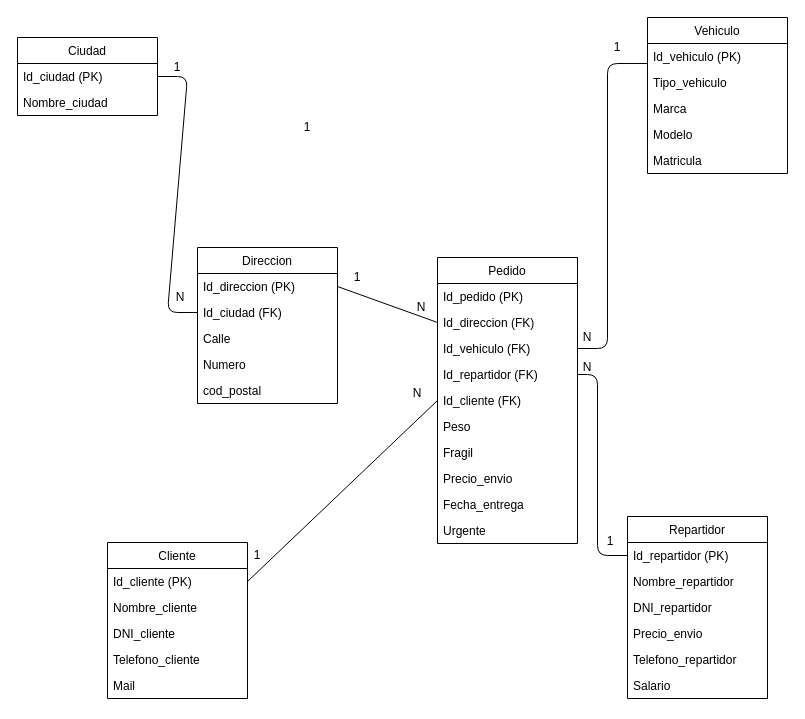
cjsampe/EMPRESA_REPARTO keeps this draw.io diagram as page "Page-2" (2 of 2) of Diagrama_REPARTO.drawio. Above is the earlier version. Source tidied: cells renumbered, new cells numbered last; positions are measured from the earlier drawing's top-left corner, leaving out a move shared by most shapes. Both pictures are drawn from the tidied source at 100%, with x=0, y=0 at pixel (17, 17).
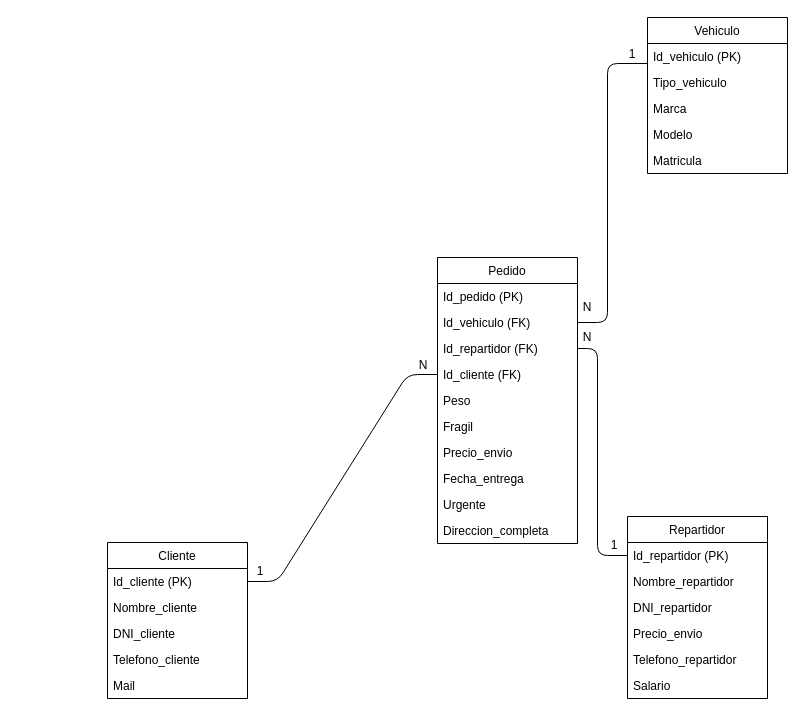
After the change.

Unchanged cells that the change refers to:
```xml
<mxCell id="11" value="Pedido" style="swimlane;fontStyle=0;horizontal=1;startSize=26;fillColor=none;" parent="1" vertex="1">
  <mxGeometry x="420" y="240" width="140" height="286" as="geometry" />
</mxCell>
<mxCell id="23" value="Id_vehiculo (PK)" style="text;strokeColor=none;fillColor=none;align=left;verticalAlign=top;spacingLeft=4;spacingRight=4;overflow=hidden;points=[[0,0.5],[1,0.5]];portConstraint=eastwest;" parent="22" vertex="1">
  <mxGeometry y="26" width="140" height="26" as="geometry" />
</mxCell>
<mxCell id="29" value="Id_cliente (PK)" style="text;strokeColor=none;fillColor=none;align=left;verticalAlign=top;spacingLeft=4;spacingRight=4;overflow=hidden;points=[[0,0.5],[1,0.5]];portConstraint=eastwest;" parent="28" vertex="1">
  <mxGeometry y="26" width="140" height="26" as="geometry" />
</mxCell>
<mxCell id="35" value="Id_repartidor (PK)" style="text;strokeColor=none;fillColor=none;align=left;verticalAlign=top;spacingLeft=4;spacingRight=4;overflow=hidden;points=[[0,0.5],[1,0.5]];portConstraint=eastwest;" parent="34" vertex="1">
  <mxGeometry y="26" width="140" height="26" as="geometry" />
</mxCell>
```

Change to the diagram source:
```diff
@@
-    <mxCell id="2" value="Ciudad" style="swimlane;fontStyle=0;horizontal=1;startSize=26;fillColor=none;" parent="1" vertex="1">
-      <mxGeometry y="20" width="140" height="78" as="geometry" />
-    </mxCell>
-    <mxCell id="3" value="Id_ciudad (PK)" style="text;strokeColor=none;fillColor=none;align=left;verticalAlign=top;spacingLeft=4;spacingRight=4;overflow=hidden;points=[[0,0.5],[1,0.5]];portConstraint=eastwest;" parent="2" vertex="1">
-      <mxGeometry y="26" width="140" height="26" as="geometry" />
-    </mxCell>
-    <mxCell id="4" value="Nombre_ciudad" style="text;strokeColor=none;fillColor=none;align=left;verticalAlign=top;spacingLeft=4;spacingRight=4;overflow=hidden;" parent="2" vertex="1">
-      <mxGeometry y="52" width="140" height="26" as="geometry" />
-    </mxCell>
-    <mxCell id="5" value="Direccion" style="swimlane;fontStyle=0;horizontal=1;startSize=26;fillColor=none;" parent="1" vertex="1">
-      <mxGeometry x="180" y="230" width="140" height="156" as="geometry" />
-    </mxCell>
-    <mxCell id="6" value="Id_direccion (PK)" style="text;strokeColor=none;fillColor=none;align=left;verticalAlign=top;spacingLeft=4;spacingRight=4;overflow=hidden;points=[[0,0.5],[1,0.5]];portConstraint=eastwest;" parent="5" vertex="1">
-      <mxGeometry y="26" width="140" height="26" as="geometry" />
-    </mxCell>
-    <mxCell id="7" value="Id_ciudad (FK)" style="text;strokeColor=none;fillColor=none;align=left;verticalAlign=top;spacingLeft=4;spacingRight=4;overflow=hidden;points=[[0,0.5],[1,0.5]];portConstraint=eastwest;" parent="5" vertex="1">
-      <mxGeometry y="52" width="140" height="26" as="geometry" />
-    </mxCell>
-    <mxCell id="8" value="Calle" style="text;strokeColor=none;fillColor=none;align=left;verticalAlign=top;spacingLeft=4;spacingRight=4;overflow=hidden;" parent="5" vertex="1">
-      <mxGeometry y="78" width="140" height="26" as="geometry" />
-    </mxCell>
-    <mxCell id="9" value="Numero" style="text;strokeColor=none;fillColor=none;align=left;verticalAlign=top;spacingLeft=4;spacingRight=4;overflow=hidden;" parent="5" vertex="1">
-      <mxGeometry y="104" width="140" height="26" as="geometry" />
-    </mxCell>
-    <mxCell id="10" value="cod_postal" style="text;strokeColor=none;fillColor=none;align=left;verticalAlign=top;spacingLeft=4;spacingRight=4;overflow=hidden;" parent="5" vertex="1">
-      <mxGeometry y="130" width="140" height="26" as="geometry" />
-    </mxCell>
@@
-    <mxCell id="13" value="Id_direccion (FK)" style="text;strokeColor=none;fillColor=none;align=left;verticalAlign=top;spacingLeft=4;spacingRight=4;overflow=hidden;points=[[0,0.5],[1,0.5]];portConstraint=eastwest;" parent="11" vertex="1">
-      <mxGeometry y="52" width="140" height="26" as="geometry" />
-    </mxCell>
     <mxCell id="14" value="Id_vehiculo (FK)" style="text;strokeColor=none;fillColor=none;align=left;verticalAlign=top;spacingLeft=4;spacingRight=4;overflow=hidden;points=[[0,0.5],[1,0.5]];portConstraint=eastwest;" parent="11" vertex="1">
-      <mxGeometry y="78" width="140" height="26" as="geometry" />
+      <mxGeometry y="52" width="140" height="26" as="geometry" />
     </mxCell>
     <mxCell id="15" value="Id_repartidor (FK)" style="text;strokeColor=none;fillColor=none;align=left;verticalAlign=top;spacingLeft=4;spacingRight=4;overflow=hidden;points=[[0,0.5],[1,0.5]];portConstraint=eastwest;" parent="11" vertex="1">
-      <mxGeometry y="104" width="140" height="26" as="geometry" />
+      <mxGeometry y="78" width="140" height="26" as="geometry" />
     </mxCell>
     <mxCell id="16" value="Id_cliente (FK)" style="text;strokeColor=none;fillColor=none;align=left;verticalAlign=top;spacingLeft=4;spacingRight=4;overflow=hidden;points=[[0,0.5],[1,0.5]];portConstraint=eastwest;" parent="11" vertex="1">
-      <mxGeometry y="130" width="140" height="26" as="geometry" />
+      <mxGeometry y="104" width="140" height="26" as="geometry" />
     </mxCell>
     <mxCell id="17" value="Peso" style="text;strokeColor=none;fillColor=none;align=left;verticalAlign=top;spacingLeft=4;spacingRight=4;overflow=hidden;" parent="11" vertex="1">
-      <mxGeometry y="156" width="140" height="26" as="geometry" />
+      <mxGeometry y="130" width="140" height="26" as="geometry" />
     </mxCell>
     <mxCell id="18" value="Fragil" style="text;strokeColor=none;fillColor=none;align=left;verticalAlign=top;spacingLeft=4;spacingRight=4;overflow=hidden;" parent="11" vertex="1">
-      <mxGeometry y="182" width="140" height="26" as="geometry" />
+      <mxGeometry y="156" width="140" height="26" as="geometry" />
     </mxCell>
     <mxCell id="19" value="Precio_envio" style="text;strokeColor=none;fillColor=none;align=left;verticalAlign=top;spacingLeft=4;spacingRight=4;overflow=hidden;" parent="11" vertex="1">
-      <mxGeometry y="208" width="140" height="26" as="geometry" />
+      <mxGeometry y="182" width="140" height="26" as="geometry" />
     </mxCell>
     <mxCell id="20" value="Fecha_entrega" style="text;strokeColor=none;fillColor=none;align=left;verticalAlign=top;spacingLeft=4;spacingRight=4;overflow=hidden;" parent="11" vertex="1">
-      <mxGeometry y="234" width="140" height="26" as="geometry" />
+      <mxGeometry y="208" width="140" height="26" as="geometry" />
     </mxCell>
     <mxCell id="21" value="Urgente" style="text;strokeColor=none;fillColor=none;align=left;verticalAlign=top;spacingLeft=4;spacingRight=4;overflow=hidden;" parent="11" vertex="1">
-      <mxGeometry y="260" width="140" height="26" as="geometry" />
+      <mxGeometry y="234" width="140" height="26" as="geometry" />
     </mxCell>
+    <mxCell id="8" value="Direccion_completa" style="text;strokeColor=none;fillColor=none;align=left;verticalAlign=top;spacingLeft=4;spacingRight=4;overflow=hidden;" parent="11" vertex="1">
+      <mxGeometry y="260" width="140" height="26" as="geometry" />
+    </mxCell>
@@
-    <mxCell id="41" style="endArrow=none;html=1;exitX=1;exitY=0.5;exitDx=0;exitDy=0;entryX=0;entryY=0.5;entryDx=0;entryDy=0;" parent="1" edge="1" source="3" target="7">
-      <mxGeometry relative="1" as="geometry">
-        <Array as="points">
-          <mxPoint x="170" y="59" />
-          <mxPoint x="150" y="295" />
-        </Array>
-      </mxGeometry>
-    </mxCell>
-    <mxCell id="42" style="endArrow=none;html=1;exitX=1;exitY=0.5;exitDx=0;exitDy=0;entryX=0;entryY=0.5;entryDx=0;entryDy=0;" parent="1" edge="1" source="6" target="13">
-      <mxGeometry relative="1" as="geometry" />
-    </mxCell>
     <mxCell id="43" style="endArrow=none;html=1;entryX=-0.002;entryY=0.769;entryDx=0;entryDy=0;entryPerimeter=0;exitX=1;exitY=0.5;exitDx=0;exitDy=0;" parent="1" edge="1" source="14" target="23">
       <mxGeometry relative="1" as="geometry">
         <Array as="points">
-          <mxPoint x="590" y="331" />
+          <mxPoint x="590" y="305" />
           <mxPoint x="590" y="46" />
         </Array>
       </mxGeometry>
     </mxCell>
     <mxCell id="44" style="endArrow=none;html=1;entryX=1;entryY=0.5;entryDx=0;entryDy=0;exitX=0;exitY=0.5;exitDx=0;exitDy=0;" parent="1" edge="1" source="35" target="15">
       <mxGeometry relative="1" as="geometry">
         <Array as="points">
           <mxPoint x="580" y="538" />
-          <mxPoint x="580" y="357" />
+          <mxPoint x="580" y="331" />
         </Array>
       </mxGeometry>
     </mxCell>
     <mxCell id="45" style="endArrow=none;html=1;exitX=1;exitY=0.5;exitDx=0;exitDy=0;entryX=0;entryY=0.5;entryDx=0;entryDy=0;startArrow=none;" parent="1" edge="1" source="29" target="16">
-      <mxGeometry relative="1" as="geometry" />
+      <mxGeometry relative="1" as="geometry">
+        <Array as="points">
+          <mxPoint x="260" y="564" />
+          <mxPoint x="390" y="357" />
+        </Array>
+      </mxGeometry>
     </mxCell>
-    <mxCell id="46" value="1" style="text;html=1;strokeColor=none;fillColor=none;align=center;verticalAlign=middle;whiteSpace=wrap;rounded=0;" parent="1" vertex="1">
-      <mxGeometry x="140" y="40" width="40" height="20" as="geometry" />
-    </mxCell>
     <mxCell id="47" value="1" style="text;html=1;strokeColor=none;fillColor=none;align=center;verticalAlign=middle;whiteSpace=wrap;rounded=0;" parent="1" vertex="1">
-      <mxGeometry x="580" y="20" width="40" height="20" as="geometry" />
+      <mxGeometry x="595" y="27" width="40" height="20" as="geometry" />
     </mxCell>
     <mxCell id="48" value="1" style="text;html=1;strokeColor=none;fillColor=none;align=center;verticalAlign=middle;whiteSpace=wrap;rounded=0;" parent="1" vertex="1">
-      <mxGeometry x="573" y="514" width="40" height="20" as="geometry" />
+      <mxGeometry x="577" y="518" width="40" height="20" as="geometry" />
     </mxCell>
-    <mxCell id="49" value="1" style="text;html=1;strokeColor=none;fillColor=none;align=center;verticalAlign=middle;whiteSpace=wrap;rounded=0;" parent="1" vertex="1">
-      <mxGeometry x="320" y="250" width="40" height="20" as="geometry" />
-    </mxCell>
     <mxCell id="50" value="1" style="text;html=1;strokeColor=none;fillColor=none;align=center;verticalAlign=middle;whiteSpace=wrap;rounded=0;" parent="1" vertex="1">
-      <mxGeometry x="220" y="528" width="40" height="20" as="geometry" />
+      <mxGeometry x="223" y="544" width="40" height="20" as="geometry" />
     </mxCell>
-    <mxCell id="51" value="1" style="text;html=1;strokeColor=none;fillColor=none;align=center;verticalAlign=middle;whiteSpace=wrap;rounded=0;" parent="1" vertex="1">
-      <mxGeometry x="270" y="100" width="40" height="20" as="geometry" />
-    </mxCell>
     <mxCell id="52" value="N" style="text;html=1;strokeColor=none;fillColor=none;align=center;verticalAlign=middle;whiteSpace=wrap;rounded=0;" parent="1" vertex="1">
-      <mxGeometry x="380" y="366" width="40" height="20" as="geometry" />
+      <mxGeometry x="386" y="338" width="40" height="20" as="geometry" />
     </mxCell>
-    <mxCell id="53" value="N" style="text;html=1;strokeColor=none;fillColor=none;align=center;verticalAlign=middle;whiteSpace=wrap;rounded=0;" parent="1" vertex="1">
-      <mxGeometry x="384" y="280" width="40" height="20" as="geometry" />
-    </mxCell>
-    <mxCell id="54" value="N" style="text;html=1;strokeColor=none;fillColor=none;align=center;verticalAlign=middle;whiteSpace=wrap;rounded=0;" parent="1" vertex="1">
-      <mxGeometry x="143" y="270" width="40" height="20" as="geometry" />
-    </mxCell>
     <mxCell id="55" value="N" style="text;html=1;strokeColor=none;fillColor=none;align=center;verticalAlign=middle;whiteSpace=wrap;rounded=0;" parent="1" vertex="1">
-      <mxGeometry x="550" y="310" width="40" height="20" as="geometry" />
+      <mxGeometry x="550" y="280" width="40" height="20" as="geometry" />
     </mxCell>
     <mxCell id="56" value="N" style="text;html=1;strokeColor=none;fillColor=none;align=center;verticalAlign=middle;whiteSpace=wrap;rounded=0;" parent="1" vertex="1">
-      <mxGeometry x="550" y="340" width="40" height="20" as="geometry" />
+      <mxGeometry x="550" y="310" width="40" height="20" as="geometry" />
     </mxCell>
```
